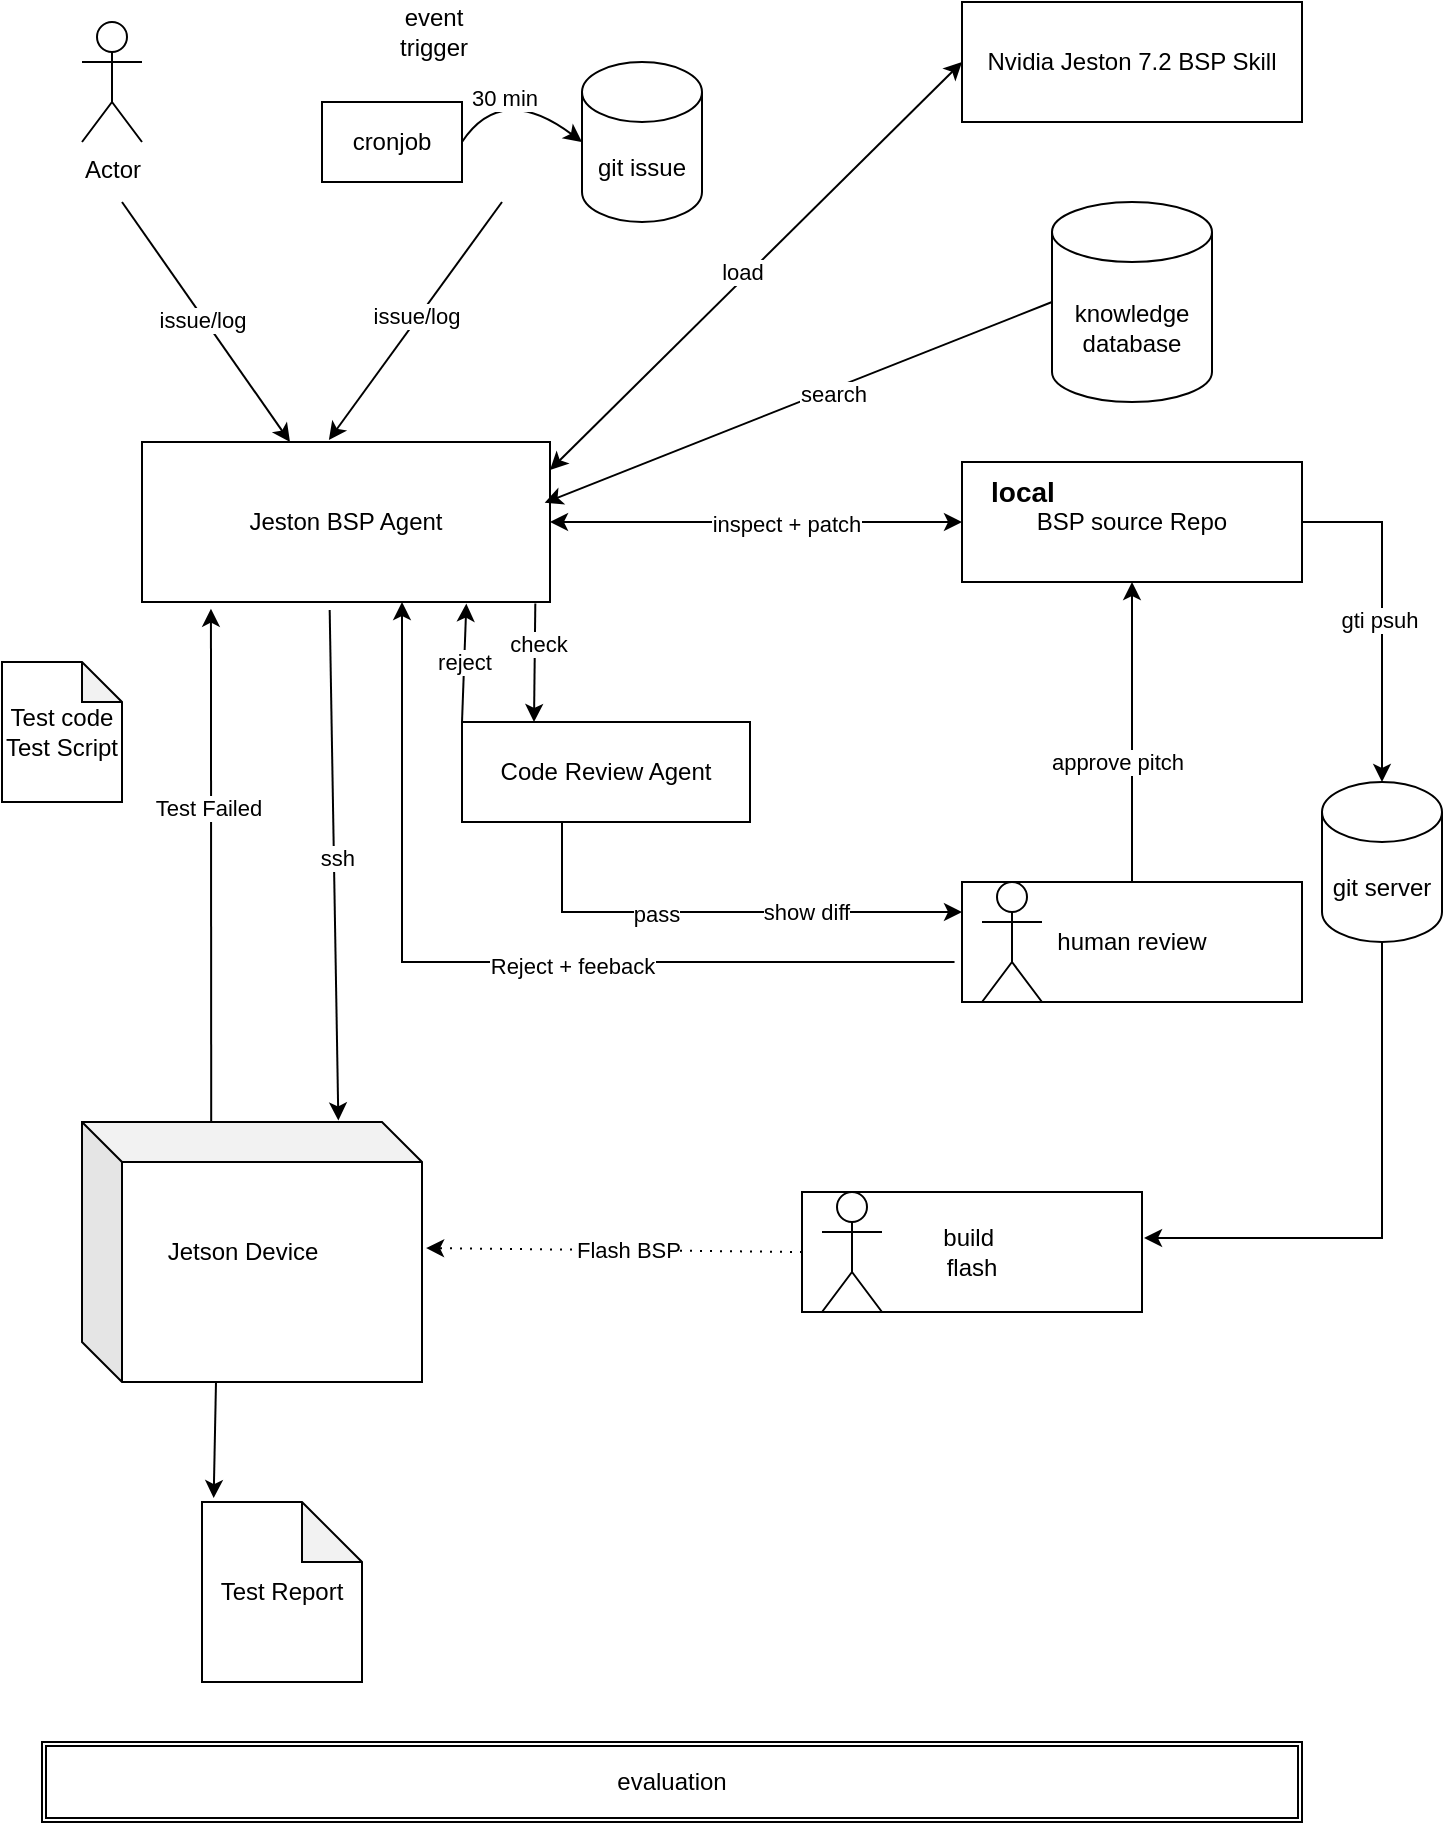
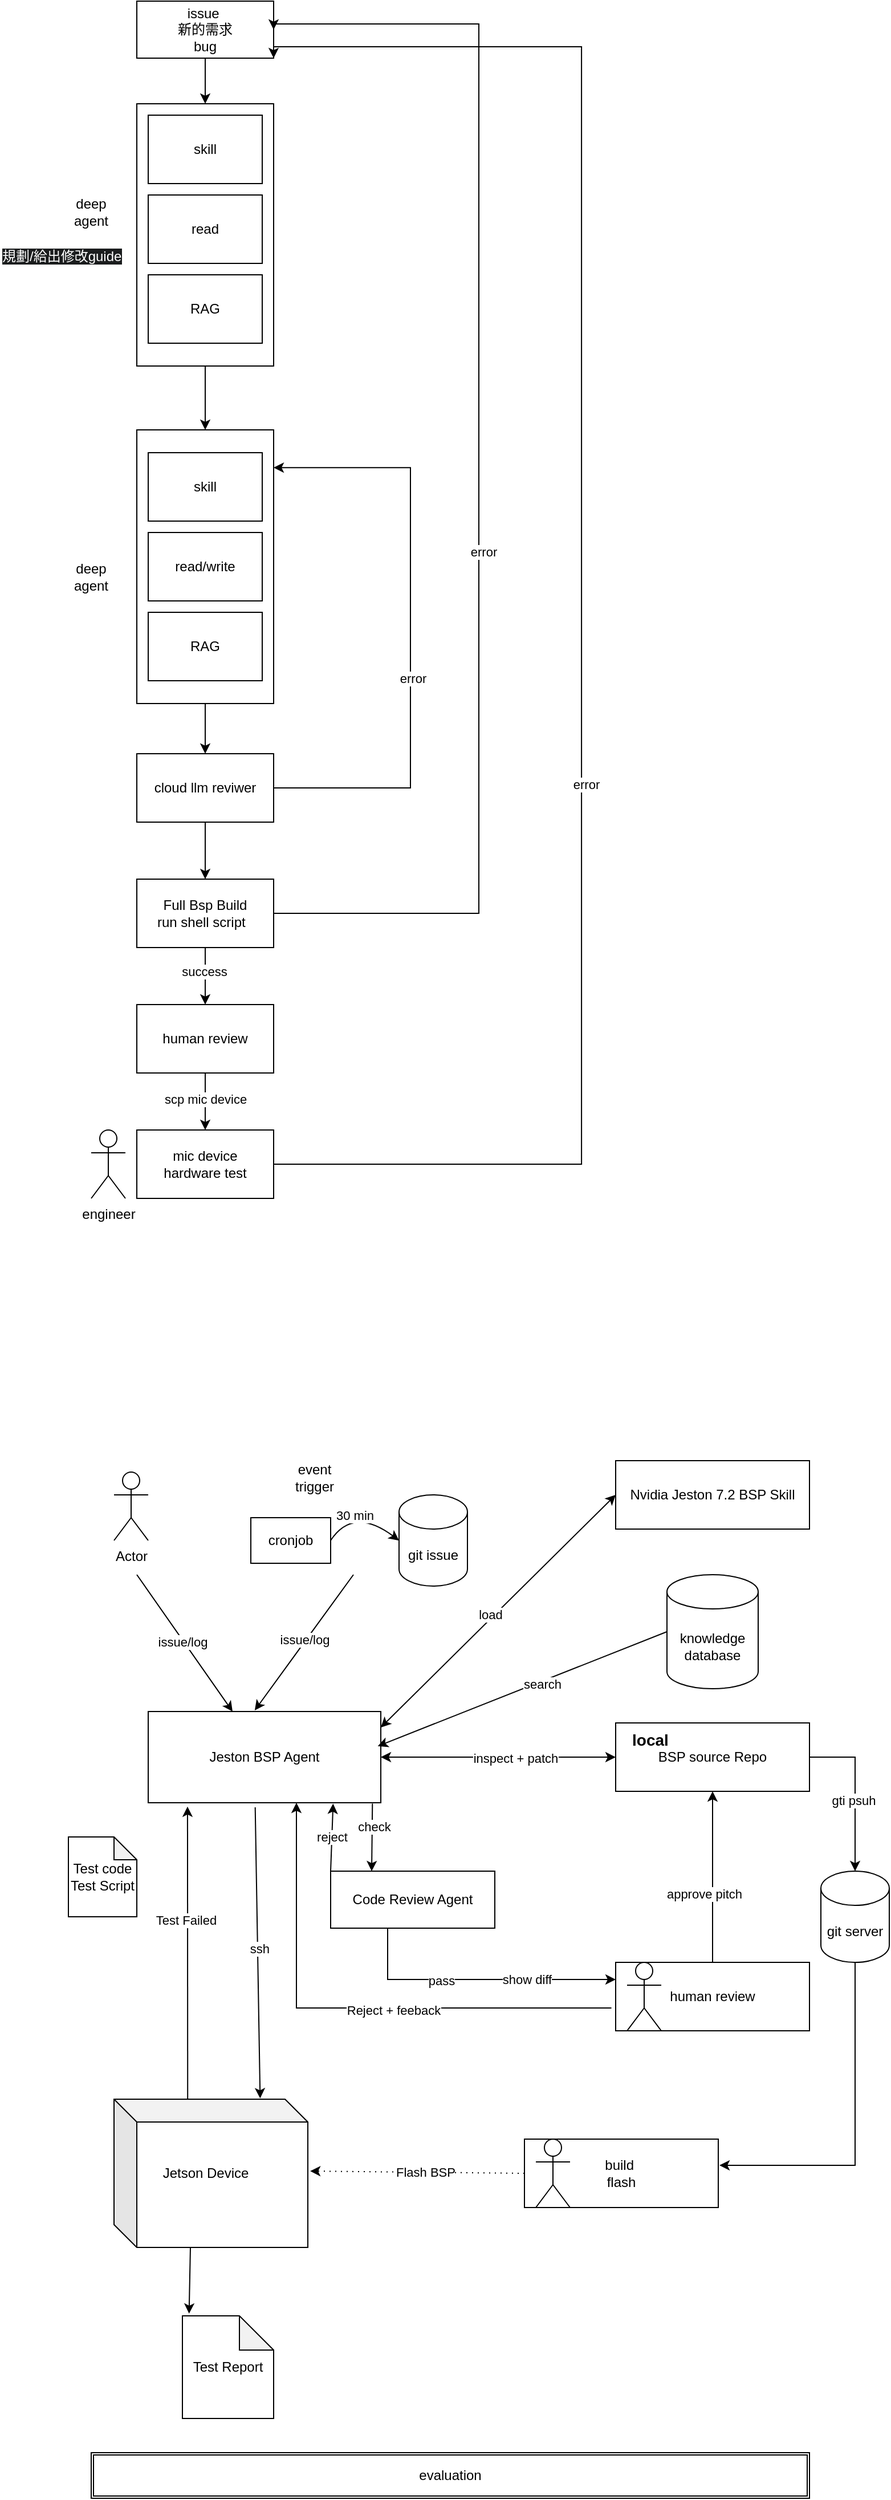
- <mxfile host="app.diagrams.net" agent="Mozilla/5.0 (Macintosh; Intel Mac OS X 10_15_7) AppleWebKit/537.36 (KHTML, like Gecko) Chrome/149.0.0.0 Safari/537.36">
+ <mxfile host="app.diagrams.net" agent="Mozilla/5.0 (Macintosh; Intel Mac OS X 10_15_7) AppleWebKit/537.36 (KHTML, like Gecko) Chrome/149.0.0.0 Safari/537.36" pages="2">
  <diagram name="第 1 页" id="mh5hONk3q4NycbjevSbi">
-     <mxGraphModel dx="1131" dy="1782" grid="1" gridSize="10" guides="1" tooltips="1" connect="1" arrows="1" fold="1" page="1" pageScale="1" pageWidth="827" pageHeight="1169" math="0" shadow="0">
+     <mxGraphModel dx="1885" dy="3359" grid="1" gridSize="10" guides="1" tooltips="1" connect="1" arrows="1" fold="1" page="1" pageScale="1" pageWidth="827" pageHeight="1169" math="0" shadow="0">
      <root>
        <mxCell id="0" />
        <mxCell id="1" parent="0" />
        <mxCell id="IsAmI6G5oiOQNlbbY2fh-1" parent="1" style="shape=umlActor;verticalLabelPosition=bottom;verticalAlign=top;html=1;outlineConnect=0;" value="Actor" vertex="1">
          <mxGeometry height="60" width="30" x="120" as="geometry" />
        </mxCell>
        <mxCell id="IsAmI6G5oiOQNlbbY2fh-2" parent="1" style="rounded=0;whiteSpace=wrap;html=1;" value="Jeston BSP Agent" vertex="1">
          <mxGeometry height="80" width="204" x="150" y="210" as="geometry" />
        </mxCell>
        <mxCell id="IsAmI6G5oiOQNlbbY2fh-3" edge="1" parent="1" style="endArrow=classic;html=1;rounded=0;" target="IsAmI6G5oiOQNlbbY2fh-2" value="">
          <mxGeometry height="50" relative="1" width="50" as="geometry">
            <mxPoint x="140" y="90" as="sourcePoint" />
            <mxPoint x="380" y="370" as="targetPoint" />
          </mxGeometry>
        </mxCell>
        <mxCell id="IsAmI6G5oiOQNlbbY2fh-7" connectable="0" parent="IsAmI6G5oiOQNlbbY2fh-3" style="edgeLabel;html=1;align=center;verticalAlign=middle;resizable=0;points=[];" value="issue/log" vertex="1">
          <mxGeometry relative="1" x="-0.0315" y="-1" as="geometry">
            <mxPoint as="offset" />
          </mxGeometry>
        </mxCell>
        <mxCell id="IsAmI6G5oiOQNlbbY2fh-4" parent="1" style="rounded=0;whiteSpace=wrap;html=1;" value="Nvidia Jeston 7.2 BSP Skill" vertex="1">
          <mxGeometry height="60" width="170" x="560" y="-10" as="geometry" />
        </mxCell>
        <mxCell id="IsAmI6G5oiOQNlbbY2fh-5" edge="1" parent="1" source="IsAmI6G5oiOQNlbbY2fh-2" style="endArrow=classic;startArrow=classic;html=1;rounded=0;entryX=0;entryY=0.5;entryDx=0;entryDy=0;exitX=1;exitY=0.175;exitDx=0;exitDy=0;exitPerimeter=0;" target="IsAmI6G5oiOQNlbbY2fh-4" value="">
          <mxGeometry height="50" relative="1" width="50" as="geometry">
            <mxPoint x="330" y="410" as="sourcePoint" />
            <mxPoint x="380" y="360" as="targetPoint" />
          </mxGeometry>
        </mxCell>
        <mxCell id="IsAmI6G5oiOQNlbbY2fh-6" connectable="0" parent="IsAmI6G5oiOQNlbbY2fh-5" style="edgeLabel;html=1;align=center;verticalAlign=middle;resizable=0;points=[];" value="load" vertex="1">
          <mxGeometry relative="1" x="-0.0478" y="3" as="geometry">
            <mxPoint as="offset" />
          </mxGeometry>
        </mxCell>
        <mxCell id="IsAmI6G5oiOQNlbbY2fh-8" parent="1" style="rounded=0;whiteSpace=wrap;html=1;" value="BSP source Repo" vertex="1">
          <mxGeometry height="60" width="170" x="560" y="220" as="geometry" />
        </mxCell>
        <mxCell id="IsAmI6G5oiOQNlbbY2fh-9" edge="1" parent="1" source="IsAmI6G5oiOQNlbbY2fh-2" style="endArrow=classic;startArrow=classic;html=1;rounded=0;entryX=0;entryY=0.5;entryDx=0;entryDy=0;exitX=1;exitY=0.5;exitDx=0;exitDy=0;" target="IsAmI6G5oiOQNlbbY2fh-8" value="">
          <mxGeometry height="50" relative="1" width="50" as="geometry">
            <mxPoint x="360" y="240" as="sourcePoint" />
            <mxPoint x="510" y="280" as="targetPoint" />
          </mxGeometry>
        </mxCell>
        <mxCell id="IsAmI6G5oiOQNlbbY2fh-10" connectable="0" parent="IsAmI6G5oiOQNlbbY2fh-9" style="edgeLabel;html=1;align=center;verticalAlign=middle;resizable=0;points=[];" value="inspect + patch" vertex="1">
          <mxGeometry relative="1" x="0.146" y="-1" as="geometry">
            <mxPoint as="offset" />
          </mxGeometry>
        </mxCell>
        <mxCell id="IsAmI6G5oiOQNlbbY2fh-11" parent="1" style="rounded=0;whiteSpace=wrap;html=1;" value="human review" vertex="1">
          <mxGeometry height="60" width="170" x="560" y="430" as="geometry" />
        </mxCell>
        <mxCell id="IsAmI6G5oiOQNlbbY2fh-15" edge="1" parent="1" source="IsAmI6G5oiOQNlbbY2fh-11" style="endArrow=classic;html=1;rounded=0;edgeStyle=orthogonalEdgeStyle;exitX=-0.022;exitY=0.667;exitDx=0;exitDy=0;exitPerimeter=0;" value="">
          <mxGeometry height="50" relative="1" width="50" as="geometry">
            <Array as="points">
              <mxPoint x="280" y="470" />
              <mxPoint x="280" y="290" />
            </Array>
            <mxPoint x="537" y="471.8" as="sourcePoint" />
            <mxPoint x="280" y="290" as="targetPoint" />
          </mxGeometry>
        </mxCell>
        <mxCell id="IsAmI6G5oiOQNlbbY2fh-16" connectable="0" parent="IsAmI6G5oiOQNlbbY2fh-15" style="edgeLabel;html=1;align=center;verticalAlign=middle;resizable=0;points=[];" value="Reject + feeback" vertex="1">
          <mxGeometry relative="1" x="-0.1593" y="2" as="geometry">
            <mxPoint as="offset" />
          </mxGeometry>
        </mxCell>
        <mxCell id="IsAmI6G5oiOQNlbbY2fh-17" edge="1" parent="1" source="nXfz5S9WQxb5nOpdlM5G-7" style="endArrow=classic;html=1;rounded=0;edgeStyle=orthogonalEdgeStyle;exitX=0.5;exitY=1;exitDx=0;exitDy=0;entryX=0;entryY=0.25;entryDx=0;entryDy=0;" target="IsAmI6G5oiOQNlbbY2fh-11" value="">
          <mxGeometry height="50" relative="1" width="50" as="geometry">
            <Array as="points">
              <mxPoint x="360" y="400" />
              <mxPoint x="360" y="445" />
            </Array>
            <mxPoint x="352" y="300" as="sourcePoint" />
            <mxPoint x="490" y="360" as="targetPoint" />
          </mxGeometry>
        </mxCell>
        <mxCell id="IsAmI6G5oiOQNlbbY2fh-18" connectable="0" parent="IsAmI6G5oiOQNlbbY2fh-17" style="edgeLabel;html=1;align=center;verticalAlign=middle;resizable=0;points=[];" value="show diff" vertex="1">
          <mxGeometry relative="1" x="0.4124" as="geometry">
            <mxPoint as="offset" />
          </mxGeometry>
        </mxCell>
        <mxCell id="nXfz5S9WQxb5nOpdlM5G-12" connectable="0" parent="IsAmI6G5oiOQNlbbY2fh-17" style="edgeLabel;html=1;align=center;verticalAlign=middle;resizable=0;points=[];" value="pass" vertex="1">
          <mxGeometry relative="1" x="-0.1492" y="-1" as="geometry">
            <mxPoint as="offset" />
          </mxGeometry>
        </mxCell>
        <mxCell id="IsAmI6G5oiOQNlbbY2fh-19" parent="1" style="rounded=0;whiteSpace=wrap;html=1;" value="build&amp;nbsp;&lt;div&gt;flash&lt;/div&gt;" vertex="1">
          <mxGeometry height="60" width="170" x="480" y="585" as="geometry" />
        </mxCell>
        <mxCell id="IsAmI6G5oiOQNlbbY2fh-20" parent="1" style="shape=umlActor;verticalLabelPosition=bottom;verticalAlign=top;html=1;outlineConnect=0;" value="" vertex="1">
          <mxGeometry height="60" width="30" x="490" y="585" as="geometry" />
        </mxCell>
        <mxCell id="IsAmI6G5oiOQNlbbY2fh-23" edge="1" parent="1" source="IsAmI6G5oiOQNlbbY2fh-19" style="endArrow=classic;html=1;rounded=0;exitX=0;exitY=0.5;exitDx=0;exitDy=0;dashed=1;dashPattern=1 4;entryX=1.012;entryY=0.485;entryDx=0;entryDy=0;entryPerimeter=0;" target="IsAmI6G5oiOQNlbbY2fh-43" value="">
          <mxGeometry height="50" relative="1" width="50" as="geometry">
            <mxPoint x="330" y="410" as="sourcePoint" />
            <mxPoint x="294.98" y="521.06" as="targetPoint" />
          </mxGeometry>
        </mxCell>
        <mxCell id="IsAmI6G5oiOQNlbbY2fh-25" connectable="0" parent="IsAmI6G5oiOQNlbbY2fh-23" style="edgeLabel;html=1;align=center;verticalAlign=middle;resizable=0;points=[];" value="Flash BSP" vertex="1">
          <mxGeometry relative="1" x="-0.0667" as="geometry">
            <mxPoint as="offset" />
          </mxGeometry>
        </mxCell>
        <mxCell id="IsAmI6G5oiOQNlbbY2fh-27" edge="1" parent="1" source="IsAmI6G5oiOQNlbbY2fh-2" style="endArrow=classic;html=1;rounded=0;exitX=0.46;exitY=1.05;exitDx=0;exitDy=0;exitPerimeter=0;entryX=0.754;entryY=-0.006;entryDx=0;entryDy=0;entryPerimeter=0;" target="IsAmI6G5oiOQNlbbY2fh-43" value="">
          <mxGeometry height="50" relative="1" width="50" as="geometry">
            <mxPoint x="330" y="410" as="sourcePoint" />
            <mxPoint x="244" y="440" as="targetPoint" />
          </mxGeometry>
        </mxCell>
        <mxCell id="IsAmI6G5oiOQNlbbY2fh-28" connectable="0" parent="IsAmI6G5oiOQNlbbY2fh-27" style="edgeLabel;html=1;align=center;verticalAlign=middle;resizable=0;points=[];" value="ssh&amp;nbsp;" vertex="1">
          <mxGeometry relative="1" x="0.2571" y="2" as="geometry">
            <mxPoint y="-37" as="offset" />
          </mxGeometry>
        </mxCell>
        <mxCell id="IsAmI6G5oiOQNlbbY2fh-29" edge="1" parent="1" source="IsAmI6G5oiOQNlbbY2fh-43" style="endArrow=classic;html=1;rounded=0;entryX=0.169;entryY=1.042;entryDx=0;entryDy=0;entryPerimeter=0;exitX=0.38;exitY=0.021;exitDx=0;exitDy=0;exitPerimeter=0;" target="IsAmI6G5oiOQNlbbY2fh-2" value="">
          <mxGeometry height="50" relative="1" width="50" as="geometry">
            <mxPoint x="180" y="440" as="sourcePoint" />
            <mxPoint x="240" y="508" as="targetPoint" />
          </mxGeometry>
        </mxCell>
        <mxCell id="IsAmI6G5oiOQNlbbY2fh-30" connectable="0" parent="IsAmI6G5oiOQNlbbY2fh-29" style="edgeLabel;html=1;align=center;verticalAlign=middle;resizable=0;points=[];" value="Test Failed" vertex="1">
          <mxGeometry relative="1" x="0.2571" y="2" as="geometry">
            <mxPoint y="3" as="offset" />
          </mxGeometry>
        </mxCell>
        <mxCell id="IsAmI6G5oiOQNlbbY2fh-33" parent="1" style="shape=note;whiteSpace=wrap;html=1;backgroundOutline=1;darkOpacity=0.05;" value="Test Report" vertex="1">
          <mxGeometry height="90" width="80" x="180" y="740" as="geometry" />
        </mxCell>
        <mxCell id="IsAmI6G5oiOQNlbbY2fh-34" edge="1" parent="1" style="endArrow=classic;html=1;rounded=0;exitX=0.25;exitY=1;exitDx=0;exitDy=0;entryX=0.073;entryY=-0.022;entryDx=0;entryDy=0;entryPerimeter=0;" target="IsAmI6G5oiOQNlbbY2fh-33" value="">
          <mxGeometry height="50" relative="1" width="50" as="geometry">
            <mxPoint x="189" y="580" as="sourcePoint" />
            <mxPoint x="189" y="650" as="targetPoint" />
          </mxGeometry>
        </mxCell>
        <mxCell id="IsAmI6G5oiOQNlbbY2fh-37" connectable="0" parent="IsAmI6G5oiOQNlbbY2fh-34" style="edgeLabel;html=1;align=center;verticalAlign=middle;resizable=0;points=[];" value="success" vertex="1">
          <mxGeometry relative="1" x="-0.0286" as="geometry">
            <mxPoint as="offset" />
          </mxGeometry>
        </mxCell>
        <mxCell id="IsAmI6G5oiOQNlbbY2fh-41" edge="1" parent="1" source="IsAmI6G5oiOQNlbbY2fh-11" style="endArrow=classic;html=1;rounded=0;entryX=0.5;entryY=1;entryDx=0;entryDy=0;exitX=0.5;exitY=0;exitDx=0;exitDy=0;" target="IsAmI6G5oiOQNlbbY2fh-8" value="">
          <mxGeometry height="50" relative="1" width="50" as="geometry">
            <mxPoint x="580" y="310" as="sourcePoint" />
            <mxPoint x="380" y="350" as="targetPoint" />
          </mxGeometry>
        </mxCell>
        <mxCell id="IsAmI6G5oiOQNlbbY2fh-42" connectable="0" parent="IsAmI6G5oiOQNlbbY2fh-41" style="edgeLabel;html=1;align=center;verticalAlign=middle;resizable=0;points=[];" value="approve pitch&amp;nbsp;" vertex="1">
          <mxGeometry relative="1" x="-0.4167" y="3" as="geometry">
            <mxPoint x="-3" y="-17" as="offset" />
          </mxGeometry>
        </mxCell>
        <mxCell id="IsAmI6G5oiOQNlbbY2fh-43" parent="1" style="shape=cube;whiteSpace=wrap;html=1;boundedLbl=1;backgroundOutline=1;darkOpacity=0.05;darkOpacity2=0.1;" value="" vertex="1">
          <mxGeometry height="130" width="170" x="120" y="550" as="geometry" />
        </mxCell>
        <mxCell id="IsAmI6G5oiOQNlbbY2fh-31" parent="1" style="shape=note;whiteSpace=wrap;html=1;backgroundOutline=1;darkOpacity=0.05;size=20;" value="Test code&lt;div&gt;Test Script&lt;/div&gt;" vertex="1">
          <mxGeometry height="70" width="60" x="80" y="320" as="geometry" />
        </mxCell>
        <mxCell id="IsAmI6G5oiOQNlbbY2fh-22" parent="1" style="text;html=1;align=center;verticalAlign=middle;resizable=0;points=[];autosize=1;strokeColor=none;fillColor=none;" value="Jetson Device" vertex="1">
          <mxGeometry height="30" width="100" x="150" y="600" as="geometry" />
        </mxCell>
        <mxCell id="IsAmI6G5oiOQNlbbY2fh-48" edge="1" parent="1" source="IsAmI6G5oiOQNlbbY2fh-56" style="endArrow=classic;html=1;rounded=0;exitX=0.5;exitY=1;exitDx=0;exitDy=0;entryX=1.006;entryY=0.383;entryDx=0;entryDy=0;entryPerimeter=0;edgeStyle=orthogonalEdgeStyle;exitPerimeter=0;" target="IsAmI6G5oiOQNlbbY2fh-19" value="">
          <mxGeometry height="50" relative="1" width="50" as="geometry">
            <Array as="points">
              <mxPoint x="770" y="390" />
              <mxPoint x="770" y="503" />
            </Array>
            <mxPoint x="270" y="390" as="sourcePoint" />
            <mxPoint x="670" y="500" as="targetPoint" />
          </mxGeometry>
        </mxCell>
        <mxCell id="IsAmI6G5oiOQNlbbY2fh-54" parent="1" style="text;html=1;align=center;verticalAlign=middle;resizable=0;points=[];autosize=1;strokeColor=none;fillColor=none;" value="&lt;b&gt;&lt;font style=&quot;font-size: 14px;&quot;&gt;local&lt;/font&gt;&lt;/b&gt;" vertex="1">
          <mxGeometry height="30" width="60" x="560" y="220" as="geometry" />
        </mxCell>
        <mxCell id="IsAmI6G5oiOQNlbbY2fh-55" edge="1" parent="1" source="IsAmI6G5oiOQNlbbY2fh-8" style="endArrow=classic;html=1;rounded=0;exitX=1;exitY=0.5;exitDx=0;exitDy=0;entryX=0.5;entryY=0;entryDx=0;entryDy=0;entryPerimeter=0;edgeStyle=orthogonalEdgeStyle;" target="IsAmI6G5oiOQNlbbY2fh-56" value="">
          <mxGeometry height="50" relative="1" width="50" as="geometry">
            <Array as="points">
              <mxPoint x="770" y="250" />
            </Array>
            <mxPoint x="660" y="210" as="sourcePoint" />
            <mxPoint x="661" y="503" as="targetPoint" />
          </mxGeometry>
        </mxCell>
        <mxCell id="IsAmI6G5oiOQNlbbY2fh-57" connectable="0" parent="IsAmI6G5oiOQNlbbY2fh-55" style="edgeLabel;html=1;align=center;verticalAlign=middle;resizable=0;points=[];" value="gti psuh&amp;nbsp;" vertex="1">
          <mxGeometry relative="1" x="-0.2324" as="geometry">
            <mxPoint y="24" as="offset" />
          </mxGeometry>
        </mxCell>
        <mxCell id="IsAmI6G5oiOQNlbbY2fh-56" parent="1" style="shape=cylinder3;whiteSpace=wrap;html=1;boundedLbl=1;backgroundOutline=1;size=15;" value="git server" vertex="1">
-           <mxGeometry height="80" width="60" x="740" y="380" as="geometry" />
+           <mxGeometry height="80" width="60" x="740" y="350" as="geometry" />
        </mxCell>
        <mxCell id="atXUeTbIwiKxx0tjilXF-2" parent="1" style="shape=cylinder3;whiteSpace=wrap;html=1;boundedLbl=1;backgroundOutline=1;size=15;" value="git issue" vertex="1">
          <mxGeometry height="80" width="60" x="370" y="20" as="geometry" />
        </mxCell>
        <mxCell id="atXUeTbIwiKxx0tjilXF-3" parent="1" style="rounded=0;whiteSpace=wrap;html=1;" value="cronjob" vertex="1">
          <mxGeometry height="40" width="70" x="240" y="40" as="geometry" />
        </mxCell>
        <mxCell id="atXUeTbIwiKxx0tjilXF-4" edge="1" parent="1" source="atXUeTbIwiKxx0tjilXF-3" style="curved=1;endArrow=classic;html=1;rounded=0;exitX=1;exitY=0.5;exitDx=0;exitDy=0;entryX=0;entryY=0.5;entryDx=0;entryDy=0;entryPerimeter=0;" target="atXUeTbIwiKxx0tjilXF-2" value="">
          <mxGeometry height="50" relative="1" width="50" as="geometry">
            <Array as="points">
              <mxPoint x="330" y="30" />
            </Array>
            <mxPoint x="620" y="390" as="sourcePoint" />
            <mxPoint x="670" y="340" as="targetPoint" />
          </mxGeometry>
        </mxCell>
        <mxCell id="atXUeTbIwiKxx0tjilXF-5" connectable="0" parent="atXUeTbIwiKxx0tjilXF-4" style="edgeLabel;html=1;align=center;verticalAlign=middle;resizable=0;points=[];" value="30 min" vertex="1">
          <mxGeometry relative="1" x="-0.3097" y="-5" as="geometry">
            <mxPoint as="offset" />
          </mxGeometry>
        </mxCell>
        <mxCell id="atXUeTbIwiKxx0tjilXF-7" edge="1" parent="1" style="endArrow=classic;html=1;rounded=0;entryX=0.458;entryY=-0.012;entryDx=0;entryDy=0;entryPerimeter=0;" target="IsAmI6G5oiOQNlbbY2fh-2" value="">
          <mxGeometry height="50" relative="1" width="50" as="geometry">
            <mxPoint x="330" y="90" as="sourcePoint" />
            <mxPoint x="360" y="260" as="targetPoint" />
          </mxGeometry>
        </mxCell>
        <mxCell id="atXUeTbIwiKxx0tjilXF-8" connectable="0" parent="atXUeTbIwiKxx0tjilXF-7" style="edgeLabel;html=1;align=center;verticalAlign=middle;resizable=0;points=[];" value="issue/log" vertex="1">
          <mxGeometry relative="1" x="-0.0315" y="-1" as="geometry">
            <mxPoint as="offset" />
          </mxGeometry>
        </mxCell>
        <mxCell id="atXUeTbIwiKxx0tjilXF-9" parent="1" style="shape=umlActor;verticalLabelPosition=bottom;verticalAlign=top;html=1;outlineConnect=0;" value="" vertex="1">
          <mxGeometry height="60" width="30" x="570" y="430" as="geometry" />
        </mxCell>
        <mxCell id="atXUeTbIwiKxx0tjilXF-10" parent="1" style="text;html=1;whiteSpace=wrap;strokeColor=none;fillColor=none;align=center;verticalAlign=middle;rounded=0;" value="event trigger" vertex="1">
          <mxGeometry height="30" width="60" x="266" y="-10" as="geometry" />
        </mxCell>
        <mxCell id="atXUeTbIwiKxx0tjilXF-12" parent="1" style="shape=ext;double=1;rounded=0;whiteSpace=wrap;html=1;" value="evaluation" vertex="1">
          <mxGeometry height="40" width="630" x="100" y="860" as="geometry" />
        </mxCell>
        <mxCell id="nXfz5S9WQxb5nOpdlM5G-5" edge="1" parent="1" source="nXfz5S9WQxb5nOpdlM5G-1" style="edgeStyle=none;rounded=0;orthogonalLoop=1;jettySize=auto;html=1;exitX=0;exitY=0.5;exitDx=0;exitDy=0;exitPerimeter=0;entryX=0.987;entryY=0.38;entryDx=0;entryDy=0;entryPerimeter=0;" target="IsAmI6G5oiOQNlbbY2fh-2">
          <mxGeometry relative="1" as="geometry">
            <mxPoint x="360" y="240" as="targetPoint" />
          </mxGeometry>
        </mxCell>
        <mxCell id="nXfz5S9WQxb5nOpdlM5G-6" connectable="0" parent="nXfz5S9WQxb5nOpdlM5G-5" style="edgeLabel;html=1;align=center;verticalAlign=middle;resizable=0;points=[];" value="search&amp;nbsp;" vertex="1">
          <mxGeometry relative="1" x="-0.1359" y="3" as="geometry">
            <mxPoint as="offset" />
          </mxGeometry>
        </mxCell>
        <mxCell id="nXfz5S9WQxb5nOpdlM5G-1" parent="1" style="shape=cylinder3;whiteSpace=wrap;html=1;boundedLbl=1;backgroundOutline=1;size=15;" value="knowledge database" vertex="1">
          <mxGeometry height="100" width="80" x="605" y="90" as="geometry" />
        </mxCell>
        <mxCell id="nXfz5S9WQxb5nOpdlM5G-7" parent="1" style="rounded=0;whiteSpace=wrap;html=1;" value="Code Review Agent" vertex="1">
          <mxGeometry height="50" width="144" x="310" y="350" as="geometry" />
        </mxCell>
        <mxCell id="nXfz5S9WQxb5nOpdlM5G-8" edge="1" parent="1" source="IsAmI6G5oiOQNlbbY2fh-2" style="edgeStyle=none;rounded=0;orthogonalLoop=1;jettySize=auto;html=1;entryX=0.25;entryY=0;entryDx=0;entryDy=0;exitX=0.964;exitY=1.01;exitDx=0;exitDy=0;exitPerimeter=0;" target="nXfz5S9WQxb5nOpdlM5G-7">
          <mxGeometry relative="1" as="geometry">
            <mxPoint x="320" y="300" as="sourcePoint" />
          </mxGeometry>
        </mxCell>
        <mxCell id="nXfz5S9WQxb5nOpdlM5G-9" connectable="0" parent="nXfz5S9WQxb5nOpdlM5G-8" style="edgeLabel;html=1;align=center;verticalAlign=middle;resizable=0;points=[];" value="check" vertex="1">
          <mxGeometry relative="1" x="0.1421" y="1" as="geometry">
            <mxPoint y="-14" as="offset" />
          </mxGeometry>
        </mxCell>
        <mxCell id="nXfz5S9WQxb5nOpdlM5G-10" edge="1" parent="1" source="nXfz5S9WQxb5nOpdlM5G-7" style="edgeStyle=none;rounded=0;orthogonalLoop=1;jettySize=auto;html=1;entryX=0.795;entryY=1.01;entryDx=0;entryDy=0;exitX=0;exitY=0;exitDx=0;exitDy=0;entryPerimeter=0;" target="IsAmI6G5oiOQNlbbY2fh-2">
          <mxGeometry relative="1" as="geometry">
            <mxPoint x="383" y="300" as="sourcePoint" />
            <mxPoint x="380" y="359" as="targetPoint" />
          </mxGeometry>
        </mxCell>
        <mxCell id="nXfz5S9WQxb5nOpdlM5G-11" connectable="0" parent="nXfz5S9WQxb5nOpdlM5G-10" style="edgeLabel;html=1;align=center;verticalAlign=middle;resizable=0;points=[];" value="reject" vertex="1">
          <mxGeometry relative="1" x="0.1421" y="1" as="geometry">
            <mxPoint y="4" as="offset" />
          </mxGeometry>
+         </mxCell>
+         <mxCell id="OgHaYLCFHBhoSJJeuHs9-6" edge="1" parent="1" source="5k-GKhC9bowVdTVKrMv0-1" style="edgeStyle=orthogonalEdgeStyle;rounded=0;orthogonalLoop=1;jettySize=auto;html=1;entryX=0.5;entryY=0;entryDx=0;entryDy=0;" target="OgHaYLCFHBhoSJJeuHs9-5">
+           <mxGeometry relative="1" as="geometry" />
+         </mxCell>
+         <mxCell id="5k-GKhC9bowVdTVKrMv0-1" parent="1" style="whiteSpace=wrap;html=1;" value="issue&amp;nbsp;&lt;div&gt;新的需求&lt;div&gt;bug&lt;/div&gt;&lt;/div&gt;" vertex="1">
+           <mxGeometry height="50" width="120" x="140" y="-1290" as="geometry" />
+         </mxCell>
+         <mxCell id="OgHaYLCFHBhoSJJeuHs9-11" edge="1" parent="1" source="5k-GKhC9bowVdTVKrMv0-2" style="edgeStyle=orthogonalEdgeStyle;rounded=0;orthogonalLoop=1;jettySize=auto;html=1;entryX=0.5;entryY=0;entryDx=0;entryDy=0;" target="OgHaYLCFHBhoSJJeuHs9-8">
+           <mxGeometry relative="1" as="geometry" />
+         </mxCell>
+         <mxCell id="5k-GKhC9bowVdTVKrMv0-2" parent="1" style="whiteSpace=wrap;html=1;" value="" vertex="1">
+           <mxGeometry height="240" width="120" x="140" y="-914" as="geometry" />
+         </mxCell>
+         <mxCell id="5k-GKhC9bowVdTVKrMv0-3" parent="1" style="whiteSpace=wrap;html=1;" value="skill" vertex="1">
+           <mxGeometry height="60" width="100" x="150" y="-894" as="geometry" />
+         </mxCell>
+         <mxCell id="5k-GKhC9bowVdTVKrMv0-5" parent="1" style="whiteSpace=wrap;html=1;" value="read/write" vertex="1">
+           <mxGeometry height="60" width="100" x="150" y="-824" as="geometry" />
+         </mxCell>
+         <mxCell id="5k-GKhC9bowVdTVKrMv0-6" parent="1" style="whiteSpace=wrap;html=1;" value="RAG" vertex="1">
+           <mxGeometry height="60" width="100" x="150" y="-754" as="geometry" />
+         </mxCell>
+         <mxCell id="5k-GKhC9bowVdTVKrMv0-8" parent="1" style="text;html=1;whiteSpace=wrap;strokeColor=none;fillColor=none;align=center;verticalAlign=middle;rounded=0;" value="deep agent" vertex="1">
+           <mxGeometry height="30" width="60" x="70" y="-800" as="geometry" />
+         </mxCell>
+         <mxCell id="5k-GKhC9bowVdTVKrMv0-17" edge="1" parent="1" source="5k-GKhC9bowVdTVKrMv0-10" style="edgeStyle=orthogonalEdgeStyle;rounded=0;orthogonalLoop=1;jettySize=auto;html=1;" target="5k-GKhC9bowVdTVKrMv0-16" value="">
+           <mxGeometry relative="1" as="geometry" />
+         </mxCell>
+         <mxCell id="5k-GKhC9bowVdTVKrMv0-18" connectable="0" parent="5k-GKhC9bowVdTVKrMv0-17" style="edgeLabel;html=1;align=center;verticalAlign=middle;resizable=0;points=[];" value="success" vertex="1">
+           <mxGeometry relative="1" x="-0.18" y="-1" as="geometry">
+             <mxPoint as="offset" />
+           </mxGeometry>
+         </mxCell>
+         <mxCell id="OgHaYLCFHBhoSJJeuHs9-13" edge="1" parent="1" source="5k-GKhC9bowVdTVKrMv0-10" style="edgeStyle=orthogonalEdgeStyle;rounded=0;orthogonalLoop=1;jettySize=auto;html=1;entryX=1;entryY=0.5;entryDx=0;entryDy=0;" target="5k-GKhC9bowVdTVKrMv0-1">
+           <mxGeometry relative="1" as="geometry">
+             <Array as="points">
+               <mxPoint x="440" y="-490" />
+               <mxPoint x="440" y="-1270" />
+               <mxPoint x="260" y="-1270" />
+             </Array>
+             <mxPoint x="410" y="-910" as="targetPoint" />
+           </mxGeometry>
+         </mxCell>
+         <mxCell id="OgHaYLCFHBhoSJJeuHs9-16" connectable="0" parent="OgHaYLCFHBhoSJJeuHs9-13" style="edgeLabel;html=1;align=center;verticalAlign=middle;resizable=0;points=[];" value="error" vertex="1">
+           <mxGeometry relative="1" x="-0.1323" y="-4" as="geometry">
+             <mxPoint as="offset" />
+           </mxGeometry>
+         </mxCell>
+         <mxCell id="5k-GKhC9bowVdTVKrMv0-10" parent="1" style="whiteSpace=wrap;html=1;" value="Full Bsp Build&lt;div&gt;&lt;span style=&quot;background-color: transparent; color: light-dark(rgb(0, 0, 0), rgb(255, 255, 255));&quot;&gt;run shell script&amp;nbsp;&lt;/span&gt;&amp;nbsp;&lt;br&gt;&lt;/div&gt;" vertex="1">
+           <mxGeometry height="60" width="120" x="140" y="-520" as="geometry" />
+         </mxCell>
+         <mxCell id="5k-GKhC9bowVdTVKrMv0-16" parent="1" style="whiteSpace=wrap;html=1;" value="human review" vertex="1">
+           <mxGeometry height="60" width="120" x="140" y="-410" as="geometry" />
+         </mxCell>
+         <mxCell id="5k-GKhC9bowVdTVKrMv0-32" edge="1" parent="1" source="5k-GKhC9bowVdTVKrMv0-16" style="edgeStyle=orthogonalEdgeStyle;rounded=0;orthogonalLoop=1;jettySize=auto;html=1;entryX=0.5;entryY=0;entryDx=0;entryDy=0;exitX=0.5;exitY=1;exitDx=0;exitDy=0;" target="5k-GKhC9bowVdTVKrMv0-31">
+           <mxGeometry relative="1" as="geometry">
+             <mxPoint x="200" y="-270" as="sourcePoint" />
+           </mxGeometry>
+         </mxCell>
+         <mxCell id="5k-GKhC9bowVdTVKrMv0-33" connectable="0" parent="5k-GKhC9bowVdTVKrMv0-32" style="edgeLabel;html=1;align=center;verticalAlign=middle;resizable=0;points=[];" value="scp mic device" vertex="1">
+           <mxGeometry relative="1" x="-0.3143" y="-2" as="geometry">
+             <mxPoint x="2" y="6" as="offset" />
+           </mxGeometry>
+         </mxCell>
+         <mxCell id="OgHaYLCFHBhoSJJeuHs9-17" edge="1" parent="1" source="5k-GKhC9bowVdTVKrMv0-31" style="edgeStyle=orthogonalEdgeStyle;rounded=0;orthogonalLoop=1;jettySize=auto;html=1;entryX=1;entryY=1;entryDx=0;entryDy=0;" target="5k-GKhC9bowVdTVKrMv0-1">
+           <mxGeometry relative="1" as="geometry">
+             <Array as="points">
+               <mxPoint x="530.07" y="-269.93" />
+               <mxPoint x="530.07" y="-1249.93" />
+               <mxPoint x="260.07" y="-1249.93" />
+             </Array>
+             <mxPoint x="330" y="-780" as="targetPoint" />
+           </mxGeometry>
+         </mxCell>
+         <mxCell id="OgHaYLCFHBhoSJJeuHs9-18" connectable="0" parent="OgHaYLCFHBhoSJJeuHs9-17" style="edgeLabel;html=1;align=center;verticalAlign=middle;resizable=0;points=[];" value="error" vertex="1">
+           <mxGeometry relative="1" x="-0.2113" y="-4" as="geometry">
+             <mxPoint as="offset" />
+           </mxGeometry>
+         </mxCell>
+         <mxCell id="5k-GKhC9bowVdTVKrMv0-31" parent="1" style="whiteSpace=wrap;html=1;" value="mic device&lt;div&gt;hardware test&lt;/div&gt;" vertex="1">
+           <mxGeometry height="60" width="120" x="140" y="-300" as="geometry" />
+         </mxCell>
+         <mxCell id="5k-GKhC9bowVdTVKrMv0-34" parent="1" style="shape=umlActor;verticalLabelPosition=bottom;verticalAlign=top;html=1;outlineConnect=0;" value="engineer" vertex="1">
+           <mxGeometry height="60" width="30" x="100" y="-300" as="geometry" />
+         </mxCell>
+         <mxCell id="OgHaYLCFHBhoSJJeuHs9-7" edge="1" parent="1" source="OgHaYLCFHBhoSJJeuHs9-5" style="edgeStyle=orthogonalEdgeStyle;rounded=0;orthogonalLoop=1;jettySize=auto;html=1;entryX=0.5;entryY=0;entryDx=0;entryDy=0;" target="5k-GKhC9bowVdTVKrMv0-2">
+           <mxGeometry relative="1" as="geometry" />
+         </mxCell>
+         <mxCell id="OgHaYLCFHBhoSJJeuHs9-5" parent="1" style="whiteSpace=wrap;html=1;" value="" vertex="1">
+           <mxGeometry height="230" width="120" x="140" y="-1200" as="geometry" />
+         </mxCell>
+         <mxCell id="OgHaYLCFHBhoSJJeuHs9-9" edge="1" parent="1" source="OgHaYLCFHBhoSJJeuHs9-8" style="edgeStyle=orthogonalEdgeStyle;rounded=0;orthogonalLoop=1;jettySize=auto;html=1;entryX=1;entryY=0.138;entryDx=0;entryDy=0;entryPerimeter=0;" target="5k-GKhC9bowVdTVKrMv0-2">
+           <mxGeometry relative="1" as="geometry">
+             <Array as="points">
+               <mxPoint x="380" y="-600" />
+               <mxPoint x="380" y="-880.9" />
+             </Array>
+             <mxPoint x="330" y="-1090" as="targetPoint" />
+           </mxGeometry>
+         </mxCell>
+         <mxCell id="OgHaYLCFHBhoSJJeuHs9-10" connectable="0" parent="OgHaYLCFHBhoSJJeuHs9-9" style="edgeLabel;html=1;align=center;verticalAlign=middle;resizable=0;points=[];" value="error" vertex="1">
+           <mxGeometry relative="1" x="-0.1618" y="-4" as="geometry">
+             <mxPoint x="-2" y="2" as="offset" />
+           </mxGeometry>
+         </mxCell>
+         <mxCell id="OgHaYLCFHBhoSJJeuHs9-12" edge="1" parent="1" source="OgHaYLCFHBhoSJJeuHs9-8" style="edgeStyle=orthogonalEdgeStyle;rounded=0;orthogonalLoop=1;jettySize=auto;html=1;entryX=0.5;entryY=0;entryDx=0;entryDy=0;" target="5k-GKhC9bowVdTVKrMv0-10">
+           <mxGeometry relative="1" as="geometry" />
+         </mxCell>
+         <mxCell id="OgHaYLCFHBhoSJJeuHs9-8" parent="1" style="whiteSpace=wrap;html=1;" value="cloud llm reviwer" vertex="1">
+           <mxGeometry height="60" width="120" x="140" y="-630" as="geometry" />
+         </mxCell>
+         <mxCell id="OgHaYLCFHBhoSJJeuHs9-19" parent="1" style="text;html=1;whiteSpace=wrap;strokeColor=none;fillColor=none;align=center;verticalAlign=middle;rounded=0;" value="deep agent" vertex="1">
+           <mxGeometry height="30" width="60" x="70" y="-1120" as="geometry" />
+         </mxCell>
+         <mxCell id="OgHaYLCFHBhoSJJeuHs9-20" parent="1" style="text;whiteSpace=wrap;html=1;" value="&lt;span style=&quot;color: rgb(255, 255, 255); font-family: Helvetica; font-size: 12px; font-style: normal; font-variant-ligatures: normal; font-variant-caps: normal; font-weight: 400; letter-spacing: normal; orphans: 2; text-align: center; text-indent: 0px; text-transform: none; widows: 2; word-spacing: 0px; -webkit-text-stroke-width: 0px; white-space: normal; background-color: rgb(27, 29, 30); text-decoration-thickness: initial; text-decoration-style: initial; text-decoration-color: initial; display: inline !important; float: none;&quot;&gt;規劃/給出修改guide&lt;/span&gt;" vertex="1">
+           <mxGeometry height="40" width="140" x="20" y="-1080" as="geometry" />
+         </mxCell>
+         <mxCell id="OgHaYLCFHBhoSJJeuHs9-21" parent="1" style="whiteSpace=wrap;html=1;" value="skill" vertex="1">
+           <mxGeometry height="60" width="100" x="150" y="-1190" as="geometry" />
+         </mxCell>
+         <mxCell id="OgHaYLCFHBhoSJJeuHs9-22" parent="1" style="whiteSpace=wrap;html=1;" value="read" vertex="1">
+           <mxGeometry height="60" width="100" x="150" y="-1120" as="geometry" />
+         </mxCell>
+         <mxCell id="OgHaYLCFHBhoSJJeuHs9-23" parent="1" style="whiteSpace=wrap;html=1;" value="RAG" vertex="1">
+           <mxGeometry height="60" width="100" x="150" y="-1050" as="geometry" />
        </mxCell>
      </root>
    </mxGraphModel>
  </diagram>
  <diagram name="Memory Enhanced Workflow" id="memory-enhanced-workflow">
    <mxGraphModel dx="1422" dy="889" grid="1" gridSize="10" guides="1" tooltips="1" connect="1" arrows="1" fold="1" page="1" pageScale="1" pageWidth="1400" pageHeight="1000" math="0" shadow="0">
      <root>
        <mxCell id="0" />
        <mxCell id="1" parent="0" />
        <mxCell id="mem-title" parent="1" style="text;html=1;strokeColor=none;fillColor=none;align=left;verticalAlign=middle;whiteSpace=wrap;rounded=0;fontSize=20;fontStyle=1;" value="BSP Agent with Reference + Procedural Memory" vertex="1">
          <mxGeometry height="40" width="520" x="40" y="20" as="geometry" />
        </mxCell>
        <mxCell id="mem-trigger" parent="1" style="rounded=0;whiteSpace=wrap;html=1;fillColor=#dae8fc;strokeColor=#6c8ebf;" value="Run Trigger&lt;br&gt;CLI init-run or GitLab Issue Hook&lt;br&gt;issue + logs" vertex="1">
          <mxGeometry height="80" width="210" x="40" y="120" as="geometry" />
        </mxCell>
        <mxCell id="mem-agent" parent="1" style="rounded=0;whiteSpace=wrap;html=1;fillColor=#f5f5f5;strokeColor=#666666;" value="LangGraph Repair Workflow&lt;br&gt;deterministic outer loop" vertex="1">
          <mxGeometry height="80" width="230" x="330" y="120" as="geometry" />
        </mxCell>
        <mxCell id="mem-ref-cards" parent="1" style="rounded=0;whiteSpace=wrap;html=1;fillColor=#fff2cc;strokeColor=#d6b656;" value="Reference Cards&lt;br&gt;semantic / reference memory&lt;br&gt;DT binding, Kconfig, errata,&lt;br&gt;board facts" vertex="1">
          <mxGeometry height="100" width="230" x="40" y="340" as="geometry" />
        </mxCell>
        <mxCell id="mem-proc-cards" parent="1" style="rounded=0;whiteSpace=wrap;html=1;fillColor=#fff2cc;strokeColor=#d6b656;" value="Procedural Cards&lt;br&gt;procedural memory&lt;br&gt;successful case + diff summary&lt;br&gt;abstract repair rule" vertex="1">
          <mxGeometry height="100" width="230" x="40" y="480" as="geometry" />
        </mxCell>
        <mxCell id="mem-index" parent="1" style="shape=cylinder3;whiteSpace=wrap;html=1;boundedLbl=1;backgroundOutline=1;size=15;fillColor=#ffe6cc;strokeColor=#d79b00;" value="SQLite FTS5 Index&lt;br&gt;BM25 ranking&lt;br&gt;metadata filters&lt;br&gt;subsystem / symbols / symptoms" vertex="1">
          <mxGeometry height="120" width="160" x="360" y="400" as="geometry" />
        </mxCell>
        <mxCell id="mem-retrieve" parent="1" style="rounded=0;whiteSpace=wrap;html=1;fillColor=#d5e8d4;strokeColor=#82b366;" value="retrieve_memory&lt;br&gt;query from issue, logs,&lt;br&gt;review feedback,&lt;br&gt;validation failure" vertex="1">
          <mxGeometry height="90" width="190" x="650" y="120" as="geometry" />
        </mxCell>
        <mxCell id="mem-skills" parent="1" style="rounded=0;whiteSpace=wrap;html=1;fillColor=#e1d5e7;strokeColor=#9673a6;" value="NVIDIA BSP Skills&lt;br&gt;selected SKILL.md only" vertex="1">
          <mxGeometry height="70" width="190" x="650" y="20" as="geometry" />
        </mxCell>
        <mxCell id="mem-repo" parent="1" style="rounded=0;whiteSpace=wrap;html=1;fillColor=#f8cecc;strokeColor=#b85450;" value="BSP Source Repo&lt;br&gt;inspect + git apply --check&lt;br&gt;apply only after approval" vertex="1">
          <mxGeometry height="90" width="220" x="650" y="520" as="geometry" />
        </mxCell>
        <mxCell id="mem-patch" parent="1" style="rounded=0;whiteSpace=wrap;html=1;fillColor=#d5e8d4;strokeColor=#82b366;" value="Patch Agent&lt;br&gt;uses issue/logs + skills + memory + repo inspection&lt;br&gt;outputs diff or NO_PATCH" vertex="1">
          <mxGeometry height="100" width="260" x="950" y="120" as="geometry" />
        </mxCell>
        <mxCell id="mem-review" parent="1" style="rounded=0;whiteSpace=wrap;html=1;fillColor=#d5e8d4;strokeColor=#82b366;" value="Code Review Agent&lt;br&gt;independent context&lt;br&gt;pass / reject / needs_human" vertex="1">
          <mxGeometry height="90" width="230" x="950" y="280" as="geometry" />
        </mxCell>
        <mxCell id="mem-human" parent="1" style="rounded=0;whiteSpace=wrap;html=1;fillColor=#dae8fc;strokeColor=#6c8ebf;" value="Human Review&lt;br&gt;LangGraph interrupt&lt;br&gt;approve / reject feedback" vertex="1">
          <mxGeometry height="90" width="230" x="950" y="440" as="geometry" />
        </mxCell>
        <mxCell id="mem-publish" parent="1" style="rounded=0;whiteSpace=wrap;html=1;fillColor=#dae8fc;strokeColor=#6c8ebf;" value="Apply + Optional Publish&lt;br&gt;apply_patch after approval&lt;br&gt;AUTO_PUSH_ENABLED =&gt; branch bsp-agent/&lt;run_id&gt;" vertex="1">
          <mxGeometry height="100" width="260" x="950" y="610" as="geometry" />
        </mxCell>
        <mxCell id="mem-validate" parent="1" style="rounded=0;whiteSpace=wrap;html=1;fillColor=#dae8fc;strokeColor=#6c8ebf;" value="Human Build / Flash&lt;br&gt;then SSH Validation Scripts&lt;br&gt;device result decides success" vertex="1">
          <mxGeometry height="100" width="260" x="950" y="780" as="geometry" />
        </mxCell>
        <mxCell id="mem-candidate" parent="1" style="rounded=0;whiteSpace=wrap;html=1;fillColor=#fff2cc;strokeColor=#d6b656;" value="Candidate Procedural Card&lt;br&gt;generated only after&lt;br&gt;approved + published/committed + validation success" vertex="1">
          <mxGeometry height="100" width="250" x="610" y="780" as="geometry" />
        </mxCell>
        <mxCell id="mem-promote" parent="1" style="rounded=0;whiteSpace=wrap;html=1;fillColor=#fff2cc;strokeColor=#d6b656;" value="Human Promote Memory&lt;br&gt;review card, edit rule,&lt;br&gt;commit markdown card" vertex="1">
          <mxGeometry height="90" width="220" x="320" y="790" as="geometry" />
        </mxCell>
        <mxCell id="mem-note" parent="1" style="text;html=1;strokeColor=#d6b656;fillColor=#fff2cc;align=left;verticalAlign=top;whiteSpace=wrap;rounded=0;" value="MVP retrieval policy&lt;br&gt;- Markdown is authoring format&lt;br&gt;- SQLite FTS5 is query/index format&lt;br&gt;- BM25 first for DT nodes, Kconfig symbols, dmesg errors&lt;br&gt;- Vector / GraphRAG deferred until measured recall requires it" vertex="1">
          <mxGeometry height="130" width="380" x="40" y="650" as="geometry" />
        </mxCell>
        <mxCell id="mem-e1" edge="1" parent="1" source="mem-trigger" style="endArrow=classic;html=1;rounded=0;" target="mem-agent">
          <mxGeometry relative="1" as="geometry" />
        </mxCell>
        <mxCell id="mem-e2" edge="1" parent="1" source="mem-agent" style="endArrow=classic;html=1;rounded=0;" target="mem-retrieve">
          <mxGeometry relative="1" as="geometry" />
        </mxCell>
        <mxCell id="mem-e3" edge="1" parent="1" source="mem-ref-cards" style="endArrow=classic;html=1;rounded=0;" target="mem-index">
          <mxGeometry relative="1" as="geometry" />
        </mxCell>
        <mxCell id="mem-e4" edge="1" parent="1" source="mem-proc-cards" style="endArrow=classic;html=1;rounded=0;" target="mem-index">
          <mxGeometry relative="1" as="geometry" />
        </mxCell>
        <mxCell id="mem-e5" edge="1" parent="1" source="mem-index" style="endArrow=classic;startArrow=classic;html=1;rounded=0;" target="mem-retrieve">
          <mxGeometry relative="1" as="geometry" />
        </mxCell>
        <mxCell id="mem-e5-label" connectable="0" parent="mem-e5" style="edgeLabel;html=1;align=center;verticalAlign=middle;resizable=0;points=[];" value="BM25 search + load cards" vertex="1">
          <mxGeometry relative="1" x="-0.08" y="-2" as="geometry">
            <mxPoint as="offset" />
          </mxGeometry>
        </mxCell>
        <mxCell id="mem-e6" edge="1" parent="1" source="mem-skills" style="endArrow=classic;html=1;rounded=0;" target="mem-retrieve">
          <mxGeometry relative="1" as="geometry" />
        </mxCell>
        <mxCell id="mem-e7" edge="1" parent="1" source="mem-retrieve" style="endArrow=classic;html=1;rounded=0;" target="mem-patch">
          <mxGeometry relative="1" as="geometry" />
        </mxCell>
        <mxCell id="mem-e8" edge="1" parent="1" source="mem-repo" style="endArrow=classic;startArrow=classic;html=1;rounded=0;" target="mem-patch">
          <mxGeometry relative="1" as="geometry" />
        </mxCell>
        <mxCell id="mem-e8-label" connectable="0" parent="mem-e8" style="edgeLabel;html=1;align=center;verticalAlign=middle;resizable=0;points=[];" value="inspect / validate / apply" vertex="1">
          <mxGeometry relative="1" x="-0.13" y="-1" as="geometry">
            <mxPoint as="offset" />
          </mxGeometry>
        </mxCell>
        <mxCell id="mem-e9" edge="1" parent="1" source="mem-patch" style="endArrow=classic;html=1;rounded=0;" target="mem-review">
          <mxGeometry relative="1" as="geometry" />
        </mxCell>
        <mxCell id="mem-e10" edge="1" parent="1" source="mem-review" style="endArrow=classic;html=1;rounded=0;" target="mem-human">
          <mxGeometry relative="1" as="geometry" />
        </mxCell>
        <mxCell id="mem-e10-label" connectable="0" parent="mem-e10" style="edgeLabel;html=1;align=center;verticalAlign=middle;resizable=0;points=[];" value="pass / needs_human" vertex="1">
          <mxGeometry relative="1" x="-0.1" y="-1" as="geometry">
            <mxPoint as="offset" />
          </mxGeometry>
        </mxCell>
        <mxCell id="mem-e11" edge="1" parent="1" source="mem-review" style="endArrow=classic;html=1;rounded=0;edgeStyle=orthogonalEdgeStyle;" target="mem-retrieve">
          <mxGeometry relative="1" as="geometry">
            <Array as="points">
              <mxPoint x="890" y="325" />
              <mxPoint x="890" y="165" />
            </Array>
          </mxGeometry>
        </mxCell>
        <mxCell id="mem-e11-label" connectable="0" parent="mem-e11" style="edgeLabel;html=1;align=center;verticalAlign=middle;resizable=0;points=[];" value="reject + retry budget" vertex="1">
          <mxGeometry relative="1" x="-0.12" y="-2" as="geometry">
            <mxPoint as="offset" />
          </mxGeometry>
        </mxCell>
        <mxCell id="mem-e12" edge="1" parent="1" source="mem-human" style="endArrow=classic;html=1;rounded=0;" target="mem-publish">
          <mxGeometry relative="1" as="geometry" />
        </mxCell>
        <mxCell id="mem-e12-label" connectable="0" parent="mem-e12" style="edgeLabel;html=1;align=center;verticalAlign=middle;resizable=0;points=[];" value="approve" vertex="1">
          <mxGeometry relative="1" x="-0.15" y="-1" as="geometry">
            <mxPoint as="offset" />
          </mxGeometry>
        </mxCell>
        <mxCell id="mem-e13" edge="1" parent="1" source="mem-human" style="endArrow=classic;html=1;rounded=0;edgeStyle=orthogonalEdgeStyle;" target="mem-retrieve">
          <mxGeometry relative="1" as="geometry">
            <Array as="points">
              <mxPoint x="900" y="485" />
              <mxPoint x="900" y="210" />
            </Array>
          </mxGeometry>
        </mxCell>
        <mxCell id="mem-e13-label" connectable="0" parent="mem-e13" style="edgeLabel;html=1;align=center;verticalAlign=middle;resizable=0;points=[];" value="reject feedback" vertex="1">
          <mxGeometry relative="1" x="-0.11" y="-2" as="geometry">
            <mxPoint as="offset" />
          </mxGeometry>
        </mxCell>
        <mxCell id="mem-e14" edge="1" parent="1" source="mem-publish" style="endArrow=classic;html=1;rounded=0;" target="mem-validate">
          <mxGeometry relative="1" as="geometry" />
        </mxCell>
        <mxCell id="mem-e15" edge="1" parent="1" source="mem-validate" style="endArrow=classic;html=1;rounded=0;" target="mem-candidate">
          <mxGeometry relative="1" as="geometry" />
        </mxCell>
        <mxCell id="mem-e15-label" connectable="0" parent="mem-e15" style="edgeLabel;html=1;align=center;verticalAlign=middle;resizable=0;points=[];" value="success only" vertex="1">
          <mxGeometry relative="1" x="-0.13" y="-1" as="geometry">
            <mxPoint as="offset" />
          </mxGeometry>
        </mxCell>
        <mxCell id="mem-e16" edge="1" parent="1" source="mem-candidate" style="endArrow=classic;html=1;rounded=0;" target="mem-promote">
          <mxGeometry relative="1" as="geometry" />
        </mxCell>
        <mxCell id="mem-e17" edge="1" parent="1" source="mem-promote" style="endArrow=classic;html=1;rounded=0;edgeStyle=orthogonalEdgeStyle;" target="mem-proc-cards">
          <mxGeometry relative="1" as="geometry">
            <Array as="points">
              <mxPoint x="300" y="835" />
              <mxPoint x="300" y="530" />
            </Array>
          </mxGeometry>
        </mxCell>
        <mxCell id="mem-e18" edge="1" parent="1" source="mem-promote" style="endArrow=classic;html=1;rounded=0;edgeStyle=orthogonalEdgeStyle;" target="mem-index">
          <mxGeometry relative="1" as="geometry">
            <Array as="points">
              <mxPoint x="460" y="760" />
              <mxPoint x="460" y="520" />
            </Array>
          </mxGeometry>
        </mxCell>
        <mxCell id="mem-e18-label" connectable="0" parent="mem-e18" style="edgeLabel;html=1;align=center;verticalAlign=middle;resizable=0;points=[];" value="rebuild index" vertex="1">
          <mxGeometry relative="1" x="-0.18" y="-1" as="geometry">
            <mxPoint as="offset" />
          </mxGeometry>
        </mxCell>
      </root>
    </mxGraphModel>
  </diagram>
</mxfile>
